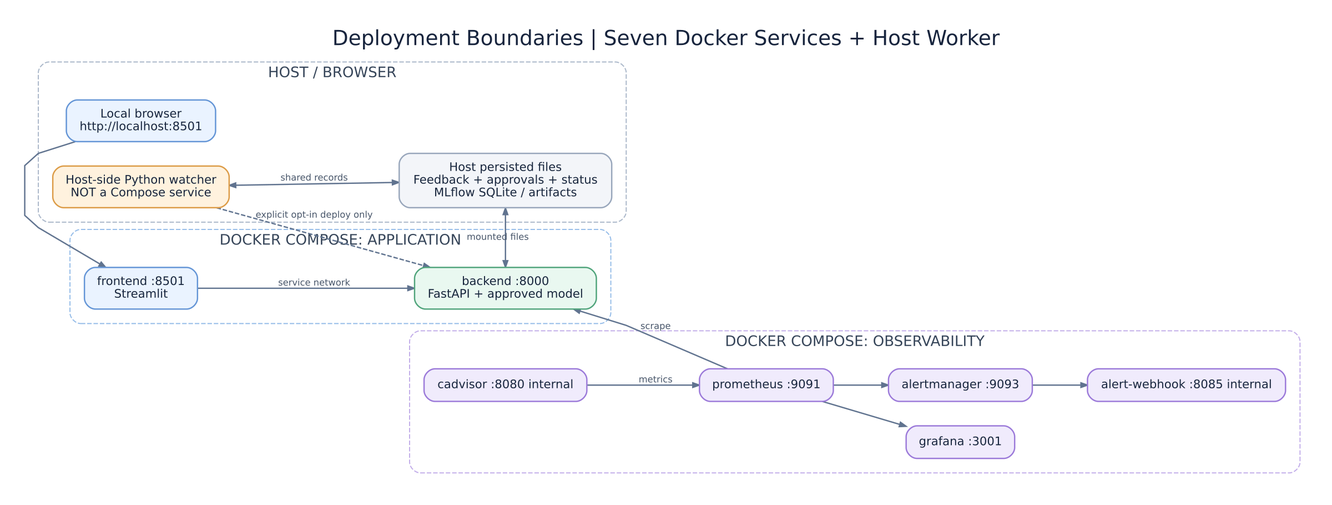
keerthi-2007/fraud-risk-monitor keeps this Graphviz diagram as architecture_diagrams/07_Docker_Deployment.png. Above is the earlier version. Its source is kept beside it as architecture_diagrams/07_Docker_Deployment.dot.
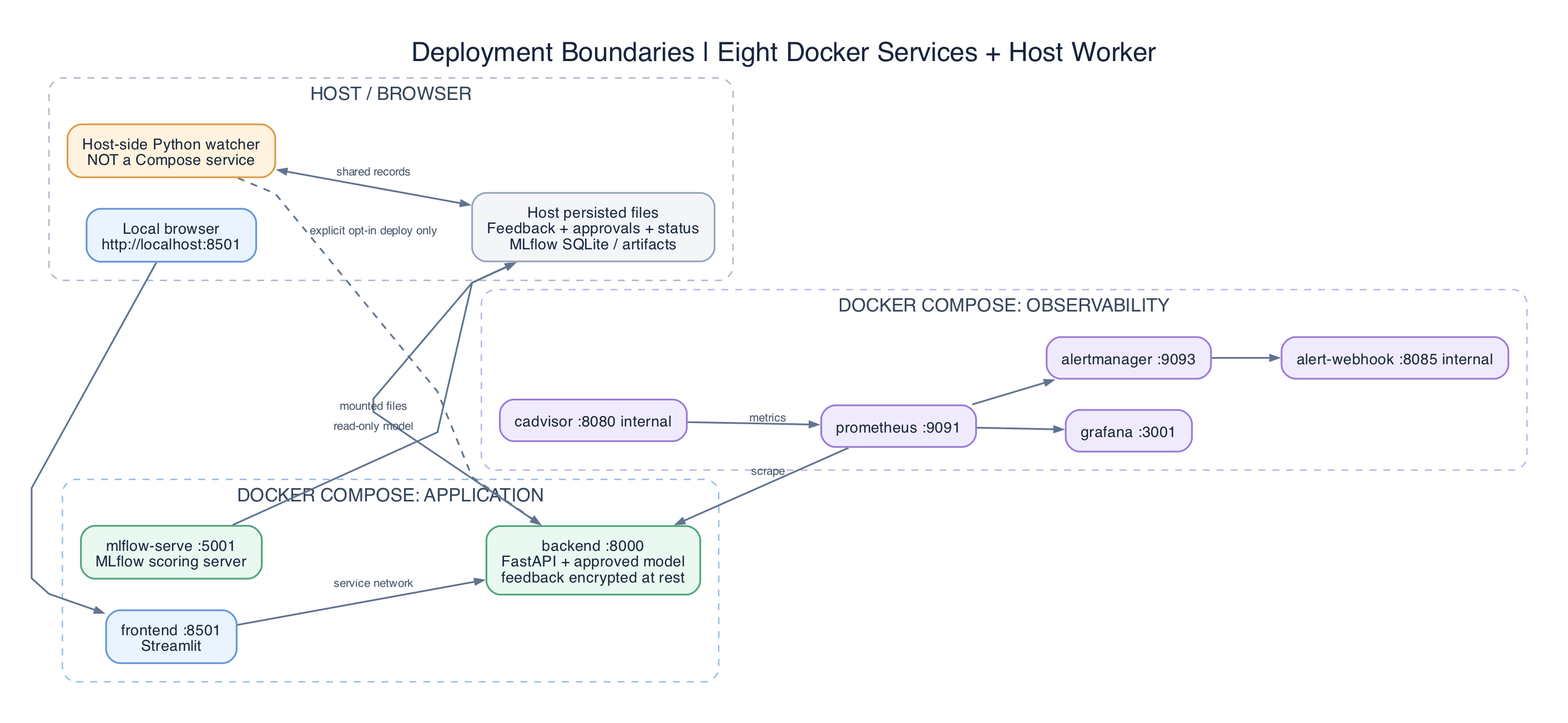
The same file after the commit.

Change to the diagram source:
```diff
@@ -2,7 +2,7 @@
  graph [rankdir=LR, splines=polyline, bgcolor="white", labelloc=t, fontname="DejaVu Sans", fontsize=23, fontcolor="#17243D", pad="0.38", nodesep="0.37", ranksep="0.83", outputorder=edgesfirst];
  node [shape=box, style="rounded,filled", fontname="DejaVu Sans", fontsize=13, fontcolor="#18263D", color="#9AAAC0", fillcolor="#F5F8FC", penwidth=1.5, margin="0.18,0.13"];
  edge [fontname="DejaVu Sans", fontsize=10, color="#60738F", fontcolor="#475569", arrowsize=0.72, penwidth=1.5];
-label="Deployment Boundaries | Seven Docker Services + Host Worker";
+label="Deployment Boundaries | Eight Docker Services + Host Worker";
 subgraph cluster_outside { label="HOST / BROWSER"; fontsize=16; fontname="DejaVu Sans"; fontcolor="#364559"; color="#AAB7C9"; style="rounded,dashed"; penwidth=1.2; margin=16;
 browser [label="Local browser
 http://localhost:8501", fillcolor="#EAF3FF", color="#6495D6"];
@@ -17,7 +17,10 @@
 frontend [label="frontend :8501
 Streamlit", fillcolor="#EAF3FF", color="#6495D6"];
 backend [label="backend :8000
-FastAPI + approved model", fillcolor="#E9F8F0", color="#50A47B"];
+FastAPI + approved model
+feedback encrypted at rest", fillcolor="#E9F8F0", color="#50A47B"];
+mlserve [label="mlflow-serve :5001
+MLflow scoring server", fillcolor="#E9F8F0", color="#50A47B"];
 
 }
 subgraph cluster_monitor { label="DOCKER COMPOSE: OBSERVABILITY"; fontsize=16; fontname="DejaVu Sans"; fontcolor="#364559"; color="#C2ADE9"; style="rounded,dashed"; penwidth=1.2; margin=16;
@@ -29,5 +32,5 @@
 
 }
 
-browser -> frontend; frontend -> backend [label="service network"]; backend -> files [dir=both,label="mounted files"]; watcher -> files [dir=both,label="shared records"]; watcher -> backend [style=dashed,label="explicit opt-in deploy only"]; backend -> prom [dir=back,label="scrape"]; cadvisor -> prom [label="metrics"]; prom -> graf; prom -> alert; alert -> webhook;
+browser -> frontend; frontend -> backend [label="service network"]; backend -> files [dir=both,label="mounted files"]; mlserve -> files [label="read-only model"]; watcher -> files [dir=both,label="shared records"]; watcher -> backend [style=dashed,label="explicit opt-in deploy only"]; backend -> prom [dir=back,label="scrape"]; cadvisor -> prom [label="metrics"]; prom -> graf; prom -> alert; alert -> webhook;
 }
```
